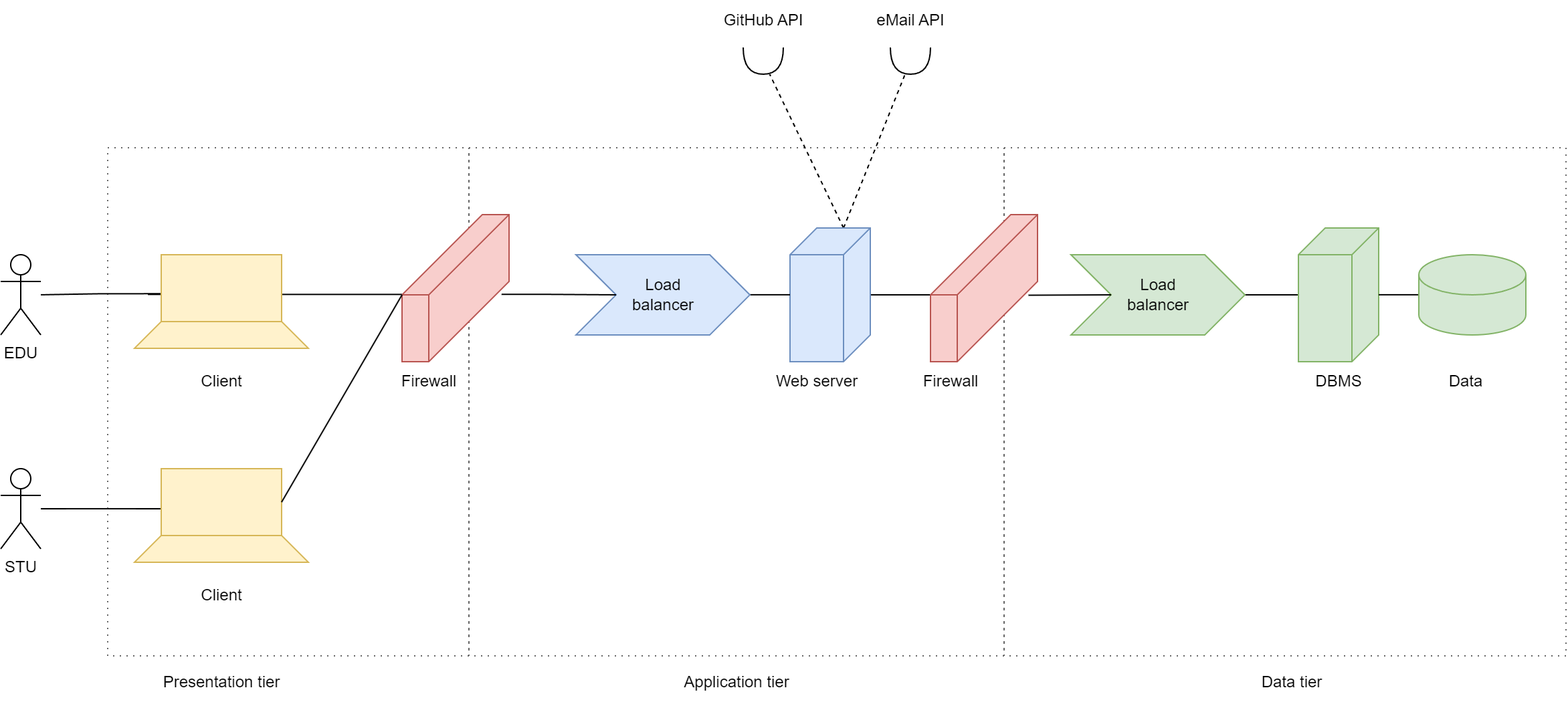
Earlier version of the draw.io export DD/images/diagrams/high_level_diagram.png (pontig/sw-eng-2-PasiniPontiggiaStasi). Source tidied: cells renumbered, new cells last; positions are measured from the earlier drawing's top-left corner, leaving out a move shared by most shapes.
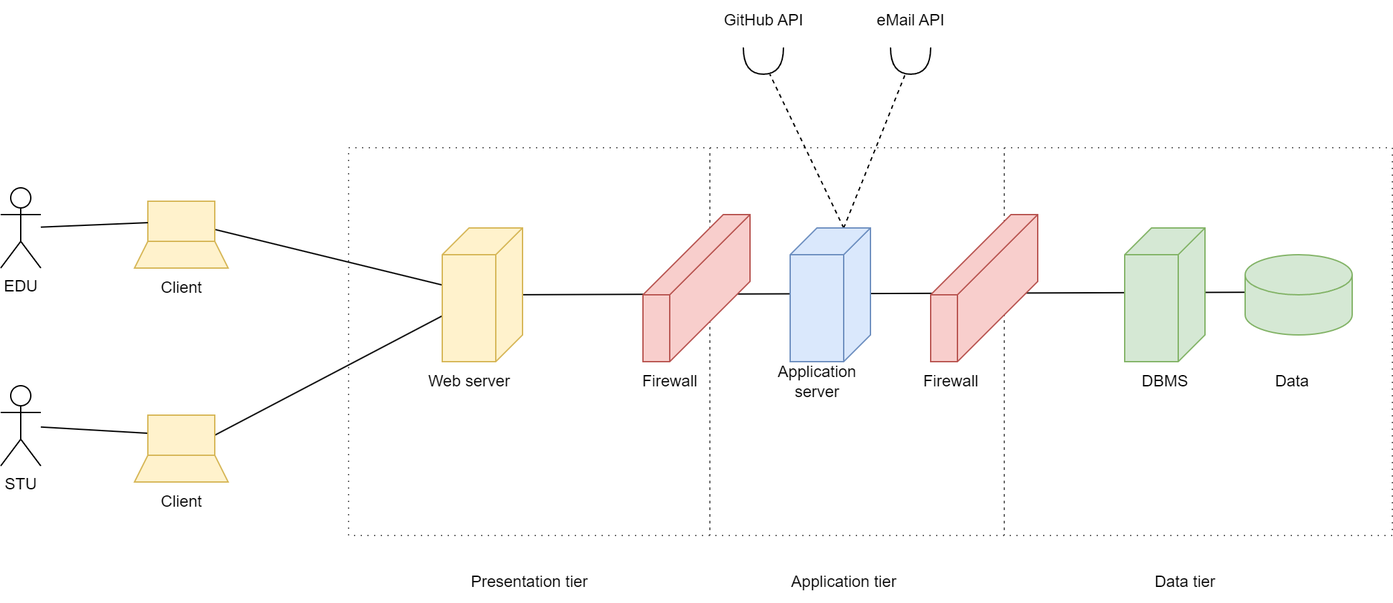
Above is the later version.

Commit message:
Small progresses on architectural design

The edit, as a diff of the source:
```diff
@@ -2,18 +2,21 @@
   <root>
     <mxCell id="0" />
     <mxCell id="1" parent="0" />
+    <mxCell id="44" style="endArrow=none;html=1;rounded=0;" parent="1" edge="1">
+      <mxGeometry relative="1" as="geometry">
+        <mxPoint x="370" y="220" as="sourcePoint" />
+        <mxPoint x="960" y="218" as="targetPoint" />
+      </mxGeometry>
+    </mxCell>
     <mxCell id="2" style="rounded=0;whiteSpace=wrap;html=1;fillColor=none;fontColor=#333333;strokeColor=#666666;dashed=1;dashPattern=1 4;" parent="1" vertex="1">
-      <mxGeometry x="750" y="110" width="420" height="380" as="geometry" />
+      <mxGeometry x="750" y="110" width="290" height="290" as="geometry" />
     </mxCell>
     <mxCell id="3" style="rounded=0;whiteSpace=wrap;html=1;fillColor=none;fontColor=#333333;strokeColor=#666666;dashed=1;dashPattern=1 4;" parent="1" vertex="1">
-      <mxGeometry x="350" y="110" width="400" height="380" as="geometry" />
+      <mxGeometry x="530" y="110" width="220" height="290" as="geometry" />
     </mxCell>
     <mxCell id="4" style="rounded=0;whiteSpace=wrap;html=1;fillColor=none;fontColor=#333333;strokeColor=#666666;dashed=1;dashPattern=1 4;" parent="1" vertex="1">
-      <mxGeometry x="80" y="110" width="270" height="380" as="geometry" />
+      <mxGeometry x="260" y="110" width="270" height="290" as="geometry" />
     </mxCell>
-    <mxCell id="5" style="edgeStyle=orthogonalEdgeStyle;rounded=0;jettySize=auto;html=1;entryX=0;entryY=0;entryDx=60;entryDy=80;entryPerimeter=0;endArrow=none;endFill=0;" parent="1" edge="1" source="8" target="20">
-      <mxGeometry relative="1" as="geometry" />
-    </mxCell>
     <mxCell id="6" style="rounded=0;jettySize=auto;html=1;dashed=1;endArrow=none;endFill=0;exitX=0;exitY=0;exitDx=0;exitDy=20;exitPerimeter=0;" parent="1" edge="1" source="8" target="42">
       <mxGeometry relative="1" as="geometry" />
     </mxCell>
@@ -23,44 +26,26 @@
     <mxCell id="8" style="verticalAlign=top;align=left;spacingTop=8;spacingLeft=2;spacingRight=12;shape=cube;size=20;direction=south;fontStyle=4;html=1;whiteSpace=wrap;fillColor=#dae8fc;strokeColor=#6c8ebf;" parent="1" vertex="1">
       <mxGeometry x="590" y="170" width="60" height="100" as="geometry" />
     </mxCell>
-    <mxCell id="9" value="Web server" style="text;html=1;align=center;verticalAlign=middle;strokeColor=none;fillColor=none;" parent="1" vertex="1">
-      <mxGeometry x="570" y="270" width="80" height="30" as="geometry" />
+    <mxCell id="9" value="Application &lt;br&gt;server" style="text;html=1;align=center;verticalAlign=middle;strokeColor=none;fillColor=none;" parent="1" vertex="1">
+      <mxGeometry x="570" y="265" width="80" height="40" as="geometry" />
     </mxCell>
-    <mxCell id="10" style="edgeStyle=orthogonalEdgeStyle;rounded=0;jettySize=auto;html=1;endArrow=none;endFill=0;" parent="1" edge="1" source="11" target="8">
-      <mxGeometry relative="1" as="geometry" />
-    </mxCell>
-    <mxCell id="11" value="Load&lt;br&gt;balancer" style="html=1;shadow=0;dashed=0;align=center;verticalAlign=middle;shape=mxgraph.arrows2.arrow;dy=0;dx=30;notch=30;fillColor=#dae8fc;strokeColor=#6c8ebf;" parent="1" vertex="1">
-      <mxGeometry x="430" y="190" width="130" height="60" as="geometry" />
-    </mxCell>
-    <mxCell id="12" style="edgeStyle=orthogonalEdgeStyle;rounded=0;jettySize=auto;html=1;entryX=0;entryY=0.5;entryDx=30;entryDy=0;entryPerimeter=0;endArrow=none;endFill=0;exitX=0.542;exitY=0.07;exitDx=0;exitDy=0;exitPerimeter=0;" parent="1" edge="1" source="14" target="11">
-      <mxGeometry relative="1" as="geometry" />
-    </mxCell>
-    <mxCell id="13" style="edgeStyle=orthogonalEdgeStyle;rounded=0;jettySize=auto;html=1;endArrow=none;endFill=0;" parent="1" edge="1" target="17">
-      <mxGeometry relative="1" as="geometry">
-        <mxPoint x="300" y="219.7" as="sourcePoint" />
-        <Array as="points">
-          <mxPoint x="110" y="220" />
-          <mxPoint x="110" y="220" />
-        </Array>
-      </mxGeometry>
-    </mxCell>
     <mxCell id="14" style="verticalAlign=top;align=left;spacingTop=8;spacingLeft=2;spacingRight=12;shape=cube;size=60;direction=south;fontStyle=4;html=1;whiteSpace=wrap;fillStyle=auto;fillColor=#f8cecc;strokeColor=#b85450;" parent="1" vertex="1">
-      <mxGeometry x="300" y="160" width="80" height="110" as="geometry" />
+      <mxGeometry x="480" y="160" width="80" height="110" as="geometry" />
     </mxCell>
     <mxCell id="15" value="Firewall" style="text;html=1;align=center;verticalAlign=middle;strokeColor=none;fillColor=none;" parent="1" vertex="1">
-      <mxGeometry x="290" y="270" width="60" height="30" as="geometry" />
+      <mxGeometry x="470" y="270" width="60" height="30" as="geometry" />
     </mxCell>
-    <mxCell id="16" style="edgeStyle=orthogonalEdgeStyle;rounded=0;jettySize=auto;html=1;exitX=0.007;exitY=0.583;exitDx=0;exitDy=0;exitPerimeter=0;endArrow=none;endFill=0;" parent="1" edge="1" source="17" target="35">
-      <mxGeometry relative="1" as="geometry" />
-    </mxCell>
+    <mxCell id="45" style="rounded=0;jettySize=auto;html=1;endArrow=none;endFill=0;" parent="1" edge="1" source="17" target="51">
+      <mxGeometry relative="1" as="geometry" />
+    </mxCell>
     <mxCell id="17" style="whiteSpace=wrap;html=1;fillColor=#fff2cc;strokeColor=#d6b656;" parent="1" vertex="1">
-      <mxGeometry x="120" y="190" width="90" height="50" as="geometry" />
+      <mxGeometry x="110" y="150" width="50" height="30" as="geometry" />
     </mxCell>
-    <mxCell id="18" style="shape=trapezoid;perimeter=trapezoidPerimeter;whiteSpace=wrap;html=1;fixedSize=1;fillColor=#fff2cc;strokeColor=#d6b656;" parent="1" vertex="1">
-      <mxGeometry x="100" y="240" width="130" height="20" as="geometry" />
+    <mxCell id="18" style="shape=trapezoid;perimeter=trapezoidPerimeter;whiteSpace=wrap;html=1;fixedSize=1;fillColor=#fff2cc;strokeColor=#d6b656;size=10;" parent="1" vertex="1">
+      <mxGeometry x="100" y="180" width="70" height="20" as="geometry" />
     </mxCell>
     <mxCell id="19" value="Client" style="text;html=1;align=center;verticalAlign=middle;strokeColor=none;fillColor=none;" parent="1" vertex="1">
-      <mxGeometry x="140" y="270" width="50" height="30" as="geometry" />
+      <mxGeometry x="110" y="200" width="50" height="30" as="geometry" />
     </mxCell>
     <mxCell id="20" style="verticalAlign=top;align=left;spacingTop=8;spacingLeft=2;spacingRight=12;shape=cube;size=60;direction=south;fontStyle=4;html=1;whiteSpace=wrap;fillStyle=auto;fillColor=#f8cecc;strokeColor=#b85450;" parent="1" vertex="1">
       <mxGeometry x="695" y="160" width="80" height="110" as="geometry" />
@@ -68,64 +53,38 @@
     <mxCell id="21" value="Firewall" style="text;html=1;align=center;verticalAlign=middle;strokeColor=none;fillColor=none;" parent="1" vertex="1">
       <mxGeometry x="680" y="270" width="60" height="30" as="geometry" />
     </mxCell>
-    <mxCell id="22" style="edgeStyle=orthogonalEdgeStyle;rounded=0;jettySize=auto;html=1;endArrow=none;endFill=0;" parent="1" edge="1" source="23" target="25">
-      <mxGeometry relative="1" as="geometry" />
-    </mxCell>
-    <mxCell id="23" value="Load&lt;br&gt;balancer" style="html=1;shadow=0;dashed=0;align=center;verticalAlign=middle;shape=mxgraph.arrows2.arrow;dy=0;dx=30;notch=30;fillColor=#d5e8d4;strokeColor=#82b366;" parent="1" vertex="1">
-      <mxGeometry x="800" y="190" width="130" height="60" as="geometry" />
-    </mxCell>
-    <mxCell id="24" style="endArrow=none;html=1;rounded=0;entryX=0;entryY=0.5;entryDx=30;entryDy=0;entryPerimeter=0;exitX=0.548;exitY=0.084;exitDx=0;exitDy=0;exitPerimeter=0;" parent="1" edge="1" source="20" target="23">
-      <mxGeometry relative="1" as="geometry" />
-    </mxCell>
     <mxCell id="25" style="verticalAlign=top;align=left;spacingTop=8;spacingLeft=2;spacingRight=12;shape=cube;size=20;direction=south;fontStyle=4;html=1;whiteSpace=wrap;fillColor=#d5e8d4;strokeColor=#82b366;" parent="1" vertex="1">
-      <mxGeometry x="970" y="170" width="60" height="100" as="geometry" />
+      <mxGeometry x="840" y="170" width="60" height="100" as="geometry" />
     </mxCell>
     <mxCell id="26" value="DBMS" style="text;html=1;align=center;verticalAlign=middle;strokeColor=none;fillColor=none;" parent="1" vertex="1">
-      <mxGeometry x="970" y="270" width="60" height="30" as="geometry" />
+      <mxGeometry x="840" y="270" width="60" height="30" as="geometry" />
     </mxCell>
-    <mxCell id="27" style="edgeStyle=orthogonalEdgeStyle;rounded=0;jettySize=auto;html=1;endArrow=none;endFill=0;" parent="1" edge="1" source="28" target="25">
-      <mxGeometry relative="1" as="geometry" />
-    </mxCell>
     <mxCell id="28" style="shape=cylinder3;whiteSpace=wrap;html=1;boundedLbl=1;backgroundOutline=1;size=15;fillColor=#d5e8d4;strokeColor=#82b366;" parent="1" vertex="1">
-      <mxGeometry x="1060" y="190" width="80" height="60" as="geometry" />
+      <mxGeometry x="930" y="190" width="80" height="60" as="geometry" />
     </mxCell>
     <mxCell id="29" value="Data" style="text;html=1;align=center;verticalAlign=middle;strokeColor=none;fillColor=none;" parent="1" vertex="1">
-      <mxGeometry x="1070" y="270" width="50" height="30" as="geometry" />
+      <mxGeometry x="940" y="270" width="50" height="30" as="geometry" />
     </mxCell>
-    <mxCell id="30" style="edgeStyle=orthogonalEdgeStyle;rounded=0;jettySize=auto;html=1;endArrow=none;endFill=0;" parent="1" edge="1" source="31" target="36">
-      <mxGeometry relative="1" as="geometry">
-        <Array as="points">
-          <mxPoint x="80" y="380" />
-          <mxPoint x="80" y="380" />
-        </Array>
-      </mxGeometry>
-    </mxCell>
-    <mxCell id="31" style="whiteSpace=wrap;html=1;fillColor=#fff2cc;strokeColor=#d6b656;" parent="1" vertex="1">
-      <mxGeometry x="120" y="350" width="90" height="50" as="geometry" />
-    </mxCell>
-    <mxCell id="32" style="shape=trapezoid;perimeter=trapezoidPerimeter;whiteSpace=wrap;html=1;fixedSize=1;fillColor=#fff2cc;strokeColor=#d6b656;" parent="1" vertex="1">
-      <mxGeometry x="100" y="400" width="130" height="20" as="geometry" />
-    </mxCell>
-    <mxCell id="33" value="Client" style="text;html=1;align=center;verticalAlign=middle;strokeColor=none;fillColor=none;" parent="1" vertex="1">
-      <mxGeometry x="140" y="430" width="50" height="30" as="geometry" />
-    </mxCell>
-    <mxCell id="34" style="endArrow=none;html=1;rounded=0;entryX=0;entryY=0;entryDx=60;entryDy=80;entryPerimeter=0;exitX=1;exitY=0.5;exitDx=0;exitDy=0;" parent="1" edge="1" source="31" target="14">
-      <mxGeometry relative="1" as="geometry" />
-    </mxCell>
+    <mxCell id="46" style="rounded=0;jettySize=auto;html=1;endArrow=none;endFill=0;" parent="1" edge="1" source="35" target="17">
+      <mxGeometry relative="1" as="geometry" />
+    </mxCell>
     <mxCell id="35" value="EDU" style="shape=umlActor;verticalLabelPosition=bottom;verticalAlign=top;html=1;outlineConnect=0;" parent="1" vertex="1">
-      <mxGeometry y="190" width="30" height="60" as="geometry" />
+      <mxGeometry y="140" width="30" height="60" as="geometry" />
     </mxCell>
+    <mxCell id="47" style="rounded=0;jettySize=auto;html=1;endArrow=none;endFill=0;" parent="1" edge="1" source="36" target="49">
+      <mxGeometry relative="1" as="geometry" />
+    </mxCell>
     <mxCell id="36" value="STU" style="shape=umlActor;verticalLabelPosition=bottom;verticalAlign=top;html=1;outlineConnect=0;" parent="1" vertex="1">
-      <mxGeometry y="350" width="30" height="60" as="geometry" />
+      <mxGeometry y="288" width="30" height="60" as="geometry" />
     </mxCell>
     <mxCell id="37" value="Presentation tier" style="text;html=1;align=center;verticalAlign=middle;strokeColor=none;fillColor=none;" parent="1" vertex="1">
-      <mxGeometry x="110" y="495" width="110" height="30" as="geometry" />
+      <mxGeometry x="340" y="420" width="110" height="30" as="geometry" />
     </mxCell>
     <mxCell id="38" value="Application tier" style="text;html=1;align=center;verticalAlign=middle;strokeColor=none;fillColor=none;" parent="1" vertex="1">
-      <mxGeometry x="500" y="495" width="100" height="30" as="geometry" />
+      <mxGeometry x="580" y="420" width="100" height="30" as="geometry" />
     </mxCell>
     <mxCell id="39" value="Data tier" style="text;html=1;align=center;verticalAlign=middle;strokeColor=none;fillColor=none;" parent="1" vertex="1">
-      <mxGeometry x="930" y="495" width="70" height="30" as="geometry" />
+      <mxGeometry x="850" y="420" width="70" height="30" as="geometry" />
     </mxCell>
     <mxCell id="40" value="GitHub API" style="text;html=1;align=center;verticalAlign=middle;strokeColor=none;fillColor=none;" parent="1" vertex="1">
       <mxGeometry x="530" width="80" height="30" as="geometry" />
@@ -139,5 +98,23 @@
     <mxCell id="43" style="shape=requiredInterface;html=1;verticalLabelPosition=bottom;sketch=0;rotation=90;" parent="1" vertex="1">
       <mxGeometry x="670" y="30" width="20" height="30" as="geometry" />
     </mxCell>
+    <mxCell id="48" style="rounded=0;jettySize=auto;html=1;endArrow=none;endFill=0;exitX=1;exitY=0.5;exitDx=0;exitDy=0;" parent="1" edge="1" source="49" target="51">
+      <mxGeometry relative="1" as="geometry" />
+    </mxCell>
+    <mxCell id="49" style="whiteSpace=wrap;html=1;fillColor=#fff2cc;strokeColor=#d6b656;" parent="1" vertex="1">
+      <mxGeometry x="110" y="310" width="50" height="30" as="geometry" />
+    </mxCell>
+    <mxCell id="50" style="shape=trapezoid;perimeter=trapezoidPerimeter;whiteSpace=wrap;html=1;fixedSize=1;fillColor=#fff2cc;strokeColor=#d6b656;size=10;" parent="1" vertex="1">
+      <mxGeometry x="100" y="340" width="70" height="20" as="geometry" />
+    </mxCell>
+    <mxCell id="33" value="Client" style="text;html=1;align=center;verticalAlign=middle;strokeColor=none;fillColor=none;" parent="1" vertex="1">
+      <mxGeometry x="110" y="360" width="50" height="30" as="geometry" />
+    </mxCell>
+    <mxCell id="51" style="verticalAlign=top;align=left;spacingTop=8;spacingLeft=2;spacingRight=12;shape=cube;size=20;direction=south;fontStyle=4;html=1;whiteSpace=wrap;fillColor=#fff2cc;strokeColor=#d6b656;" parent="1" vertex="1">
+      <mxGeometry x="330" y="170" width="60" height="100" as="geometry" />
+    </mxCell>
+    <mxCell id="52" value="Web server" style="text;html=1;align=center;verticalAlign=middle;strokeColor=none;fillColor=none;" parent="1" vertex="1">
+      <mxGeometry x="310" y="270" width="80" height="30" as="geometry" />
+    </mxCell>
   </root>
 </mxGraphModel>
```
